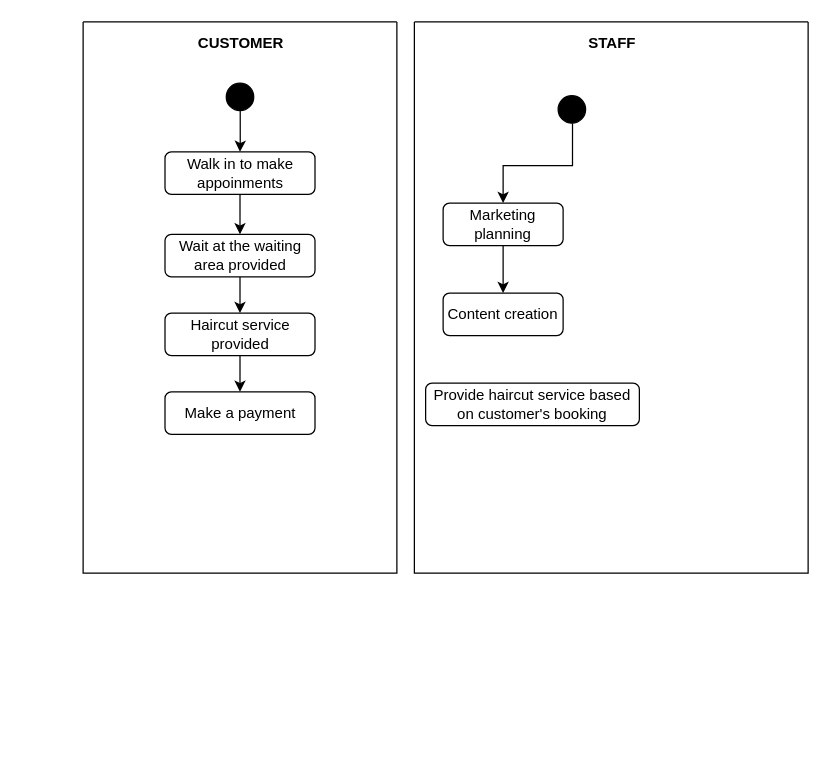
This is Activity Diagram Current Business.drawio from AbeSoll/Draw.io, a draw.io file, before an edit. Source tidied: cells renumbered, new cells numbered last; positions are measured from the earlier drawing's top-left corner, leaving out a move shared by most shapes. Both pictures are drawn from the tidied source at 125%, with x=0, y=0 at pixel (82, 21).
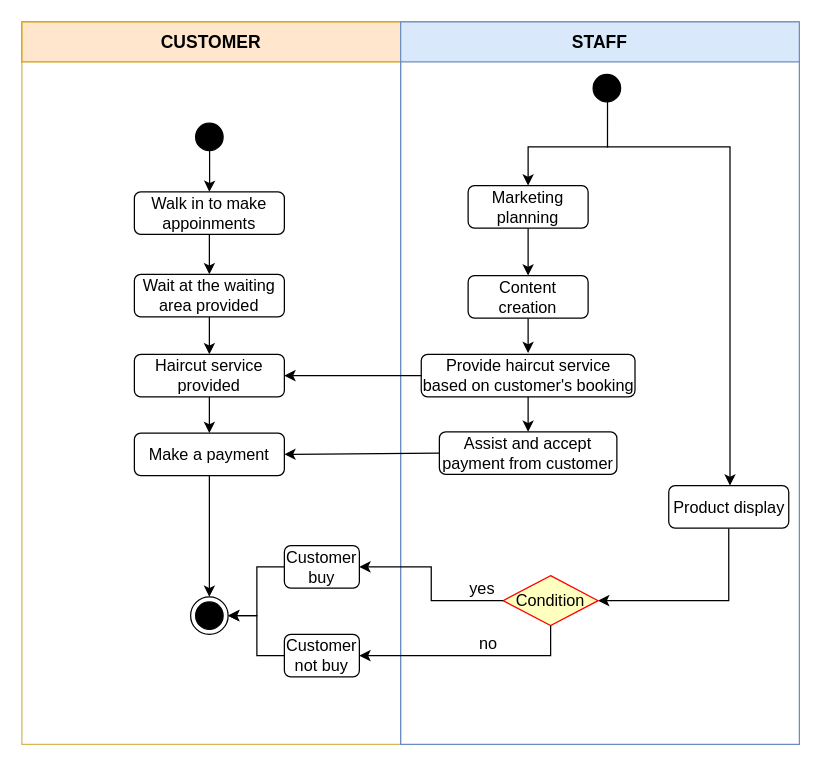
The same page after the edit.

Change to the diagram source:
```diff
@@
-    <mxCell id="2" style="swimlane;startSize=0;" parent="1" vertex="1">
-      <mxGeometry width="251" height="441" as="geometry" />
+    <mxCell id="2" style="swimlane;startSize=0;fillColor=#fff2cc;strokeColor=#d6b656;" parent="1" vertex="1">
+      <mxGeometry x="-49" width="303" height="578" as="geometry" />
     </mxCell>
-    <mxCell id="3" value="CUSTOMER" style="text;html=1;align=center;verticalAlign=middle;strokeColor=none;fillColor=none;fontStyle=1;" parent="2" vertex="1">
-      <mxGeometry x="82.5" y="4" width="86" height="26" as="geometry" />
-    </mxCell>
-    <mxCell id="4" style="edgeStyle=orthogonalEdgeStyle;rounded=0;jettySize=auto;html=1;exitX=0.5;exitY=1;exitDx=0;exitDy=0;entryX=0.5;entryY=0;entryDx=0;entryDy=0;" parent="2" edge="1" source="5" target="7">
+    <mxCell id="4" style="edgeStyle=orthogonalEdgeStyle;rounded=0;jettySize=auto;html=1;exitX=0.5;exitY=1;exitDx=0;exitDy=0;entryX=0.5;entryY=0;entryDx=0;entryDy=0;fontSize=13;" parent="2" edge="1" source="5" target="7">
       <mxGeometry relative="1" as="geometry" />
     </mxCell>
-    <mxCell id="5" value="Walk in to make appoinments" style="rounded=1;whiteSpace=wrap;html=1;" parent="2" vertex="1">
-      <mxGeometry x="65.5" y="104" width="120" height="34" as="geometry" />
+    <mxCell id="5" value="Walk in to make appoinments" style="rounded=1;whiteSpace=wrap;html=1;fontSize=13;" parent="2" vertex="1">
+      <mxGeometry x="90" y="136" width="120" height="34" as="geometry" />
     </mxCell>
-    <mxCell id="6" style="edgeStyle=orthogonalEdgeStyle;rounded=0;jettySize=auto;html=1;exitX=0.5;exitY=1;exitDx=0;exitDy=0;entryX=0.5;entryY=0;entryDx=0;entryDy=0;" parent="2" edge="1" source="7" target="9">
+    <mxCell id="6" style="edgeStyle=orthogonalEdgeStyle;rounded=0;jettySize=auto;html=1;exitX=0.5;exitY=1;exitDx=0;exitDy=0;entryX=0.5;entryY=0;entryDx=0;entryDy=0;fontSize=13;" parent="2" edge="1" source="7" target="9">
       <mxGeometry relative="1" as="geometry" />
     </mxCell>
-    <mxCell id="7" value="Wait at the waiting area provided" style="rounded=1;whiteSpace=wrap;html=1;" parent="2" vertex="1">
-      <mxGeometry x="65.5" y="170" width="120" height="34" as="geometry" />
+    <mxCell id="7" value="Wait at the waiting area provided" style="rounded=1;whiteSpace=wrap;html=1;fontSize=13;" parent="2" vertex="1">
+      <mxGeometry x="90" y="202" width="120" height="34" as="geometry" />
     </mxCell>
-    <mxCell id="8" style="edgeStyle=orthogonalEdgeStyle;rounded=0;jettySize=auto;html=1;exitX=0.5;exitY=1;exitDx=0;exitDy=0;entryX=0.5;entryY=0;entryDx=0;entryDy=0;" parent="2" edge="1" source="9" target="10">
+    <mxCell id="8" style="edgeStyle=orthogonalEdgeStyle;rounded=0;jettySize=auto;html=1;exitX=0.5;exitY=1;exitDx=0;exitDy=0;entryX=0.5;entryY=0;entryDx=0;entryDy=0;fontSize=13;" parent="2" edge="1" source="9" target="10">
       <mxGeometry relative="1" as="geometry" />
     </mxCell>
-    <mxCell id="9" value="Haircut service provided" style="rounded=1;whiteSpace=wrap;html=1;" parent="2" vertex="1">
-      <mxGeometry x="65.5" y="233" width="120" height="34" as="geometry" />
+    <mxCell id="9" value="Haircut service provided" style="rounded=1;whiteSpace=wrap;html=1;fontSize=13;" parent="2" vertex="1">
+      <mxGeometry x="90" y="266" width="120" height="34" as="geometry" />
     </mxCell>
+    <mxCell id="21" style="edgeStyle=orthogonalEdgeStyle;rounded=0;jettySize=auto;html=1;exitX=0.5;exitY=1;exitDx=0;exitDy=0;entryX=0.5;entryY=0;entryDx=0;entryDy=0;fontSize=13;" parent="2" edge="1" source="10" target="26">
+      <mxGeometry relative="1" as="geometry" />
+    </mxCell>
-    <mxCell id="10" value="Make a payment" style="rounded=1;whiteSpace=wrap;html=1;" parent="2" vertex="1">
-      <mxGeometry x="65.5" y="296" width="120" height="34" as="geometry" />
+    <mxCell id="10" value="Make a payment" style="rounded=1;whiteSpace=wrap;html=1;fontSize=13;" parent="2" vertex="1">
+      <mxGeometry x="90" y="329" width="120" height="34" as="geometry" />
     </mxCell>
-    <mxCell id="11" style="edgeStyle=orthogonalEdgeStyle;rounded=0;jettySize=auto;html=1;exitX=0.506;exitY=0.877;exitDx=0;exitDy=0;exitPerimeter=0;" parent="2" edge="1" source="12" target="5">
+    <mxCell id="11" style="edgeStyle=orthogonalEdgeStyle;rounded=0;jettySize=auto;html=1;exitX=0.506;exitY=0.877;exitDx=0;exitDy=0;exitPerimeter=0;fontSize=13;" parent="2" edge="1" source="12" target="5">
       <mxGeometry relative="1" as="geometry" />
     </mxCell>
-    <mxCell id="12" style="ellipse;html=1;shape=startState;fillColor=#000000;strokeColor=#000000;" parent="2" vertex="1">
-      <mxGeometry x="110.5" y="45" width="30" height="30" as="geometry" />
+    <mxCell id="12" style="ellipse;html=1;shape=startState;fillColor=#000000;strokeColor=#000000;fontSize=13;" parent="2" vertex="1">
+      <mxGeometry x="135" y="77" width="30" height="30" as="geometry" />
     </mxCell>
+    <mxCell id="22" style="edgeStyle=elbowEdgeStyle;rounded=0;jettySize=auto;html=1;exitX=0;exitY=0.5;exitDx=0;exitDy=0;entryX=1;entryY=0.5;entryDx=0;entryDy=0;fontSize=13;" parent="2" edge="1" source="23" target="26">
+      <mxGeometry relative="1" as="geometry">
+        <Array as="points">
+          <mxPoint x="188" y="456" />
+        </Array>
+      </mxGeometry>
+    </mxCell>
+    <mxCell id="23" value="Customer buy" style="rounded=1;whiteSpace=wrap;html=1;fontSize=13;" parent="2" vertex="1">
+      <mxGeometry x="210" y="419" width="60" height="34" as="geometry" />
+    </mxCell>
+    <mxCell id="24" style="edgeStyle=orthogonalEdgeStyle;rounded=0;jettySize=auto;html=1;exitX=0;exitY=0.5;exitDx=0;exitDy=0;entryX=1;entryY=0.5;entryDx=0;entryDy=0;fontSize=13;" parent="2" edge="1" source="25" target="26">
+      <mxGeometry relative="1" as="geometry">
+        <Array as="points">
+          <mxPoint x="188" y="507" />
+          <mxPoint x="188" y="475" />
+        </Array>
+      </mxGeometry>
+    </mxCell>
+    <mxCell id="25" value="Customer not buy" style="rounded=1;whiteSpace=wrap;html=1;fontSize=13;" parent="2" vertex="1">
+      <mxGeometry x="210" y="490" width="60" height="34" as="geometry" />
+    </mxCell>
+    <mxCell id="3" value="CUSTOMER" style="html=1;whiteSpace=wrap;fillColor=#ffe6cc;strokeColor=#d79b00;fontStyle=1;fontSize=14;" parent="2" vertex="1">
+      <mxGeometry width="303" height="32" as="geometry" />
+    </mxCell>
+    <mxCell id="26" style="ellipse;html=1;shape=endState;fillColor=#000000;strokeColor=#000000;fontSize=13;" parent="2" vertex="1">
+      <mxGeometry x="135" y="460" width="30" height="30" as="geometry" />
+    </mxCell>
-    <mxCell id="13" style="swimlane;startSize=0;" parent="1" vertex="1">
-      <mxGeometry x="265" width="315" height="441" as="geometry" />
+    <mxCell id="13" style="swimlane;startSize=0;fillColor=#dae8fc;strokeColor=#6c8ebf;" parent="1" vertex="1">
+      <mxGeometry x="254" width="319" height="578" as="geometry" />
     </mxCell>
-    <mxCell id="14" value="STAFF" style="text;html=1;align=center;verticalAlign=middle;strokeColor=none;fillColor=none;fontStyle=1;" parent="13" vertex="1">
-      <mxGeometry x="130" y="4" width="55" height="26" as="geometry" />
-    </mxCell>
-    <mxCell id="15" style="edgeStyle=orthogonalEdgeStyle;rounded=0;jettySize=auto;html=1;exitX=0.517;exitY=0.867;exitDx=0;exitDy=0;entryX=0.5;entryY=0;entryDx=0;entryDy=0;exitPerimeter=0;" parent="13" edge="1" source="16" target="18">
-      <mxGeometry relative="1" as="geometry" />
+    <mxCell id="15" style="edgeStyle=orthogonalEdgeStyle;rounded=0;jettySize=auto;html=1;exitX=0.517;exitY=0.867;exitDx=0;exitDy=0;entryX=0.5;entryY=0;entryDx=0;entryDy=0;exitPerimeter=0;fontSize=13;" parent="13" edge="1" source="16" target="18">
+      <mxGeometry relative="1" as="geometry">
+        <Array as="points">
+          <mxPoint x="165" y="100" />
+          <mxPoint x="102" y="100" />
+        </Array>
+      </mxGeometry>
     </mxCell>
     <mxCell id="16" style="ellipse;html=1;shape=startState;fillColor=#000000;strokeColor=#000000;" parent="13" vertex="1">
-      <mxGeometry x="111" y="55" width="30" height="30" as="geometry" />
+      <mxGeometry x="150" y="38" width="30" height="30" as="geometry" />
     </mxCell>
-    <mxCell id="17" style="edgeStyle=orthogonalEdgeStyle;rounded=0;jettySize=auto;html=1;exitX=0.5;exitY=1;exitDx=0;exitDy=0;entryX=0.5;entryY=0;entryDx=0;entryDy=0;" parent="13" edge="1" source="18" target="19">
+    <mxCell id="17" style="edgeStyle=orthogonalEdgeStyle;rounded=0;jettySize=auto;html=1;exitX=0.5;exitY=1;exitDx=0;exitDy=0;entryX=0.5;entryY=0;entryDx=0;entryDy=0;fontSize=13;" parent="13" edge="1" source="18" target="19">
       <mxGeometry relative="1" as="geometry" />
     </mxCell>
-    <mxCell id="18" value="Marketing planning" style="rounded=1;whiteSpace=wrap;html=1;" parent="13" vertex="1">
-      <mxGeometry x="23" y="145" width="96" height="34" as="geometry" />
+    <mxCell id="18" value="Marketing planning" style="rounded=1;whiteSpace=wrap;html=1;fontSize=13;" parent="13" vertex="1">
+      <mxGeometry x="54" y="131" width="96" height="34" as="geometry" />
     </mxCell>
+    <mxCell id="27" style="edgeStyle=orthogonalEdgeStyle;rounded=0;jettySize=auto;html=1;exitX=0.5;exitY=1;exitDx=0;exitDy=0;entryX=0.5;entryY=0;entryDx=0;entryDy=0;fontSize=13;" parent="13" edge="1" source="19">
+      <mxGeometry relative="1" as="geometry">
+        <mxPoint x="102" y="265" as="targetPoint" />
+      </mxGeometry>
+    </mxCell>
-    <mxCell id="19" value="Content creation" style="rounded=1;whiteSpace=wrap;html=1;" parent="13" vertex="1">
-      <mxGeometry x="23" y="217" width="96" height="34" as="geometry" />
+    <mxCell id="19" value="Content creation" style="rounded=1;whiteSpace=wrap;html=1;fontSize=13;" parent="13" vertex="1">
+      <mxGeometry x="54" y="203" width="96" height="34" as="geometry" />
     </mxCell>
+    <mxCell id="28" style="edgeStyle=orthogonalEdgeStyle;rounded=0;jettySize=auto;html=1;exitX=0.5;exitY=1;exitDx=0;exitDy=0;entryX=0.5;entryY=0;entryDx=0;entryDy=0;fontSize=13;" parent="13" edge="1" target="29">
+      <mxGeometry relative="1" as="geometry">
+        <mxPoint x="102" y="299" as="sourcePoint" />
+      </mxGeometry>
+    </mxCell>
-    <mxCell id="20" value="Provide haircut service based on customer's booking" style="rounded=1;whiteSpace=wrap;html=1;" parent="13" vertex="1">
-      <mxGeometry x="9" y="289" width="171" height="34" as="geometry" />
+    <mxCell id="20" value="Provide haircut service based on customer's booking" style="rounded=1;whiteSpace=wrap;html=1;fontSize=13;" parent="13" vertex="1">
+      <mxGeometry x="16.5" y="266" width="171" height="34" as="geometry" />
     </mxCell>
+    <mxCell id="29" value="Assist and accept payment from customer" style="rounded=1;whiteSpace=wrap;html=1;fontSize=13;" parent="13" vertex="1">
+      <mxGeometry x="31" y="328" width="142" height="34" as="geometry" />
+    </mxCell>
+    <mxCell id="30" style="edgeStyle=orthogonalEdgeStyle;rounded=0;jettySize=auto;html=1;exitX=0.5;exitY=1;exitDx=0;exitDy=0;entryX=1;entryY=0.5;entryDx=0;entryDy=0;fontSize=13;" parent="13" edge="1" source="31" target="33">
+      <mxGeometry relative="1" as="geometry" />
+    </mxCell>
+    <mxCell id="31" value="Product display" style="rounded=1;whiteSpace=wrap;html=1;fontSize=13;" parent="13" vertex="1">
+      <mxGeometry x="214.5" y="371" width="96" height="34" as="geometry" />
+    </mxCell>
+    <mxCell id="32" style="edgeStyle=orthogonalEdgeStyle;rounded=0;orthogonalLoop=1;jettySize=auto;html=1;entryX=0.5;entryY=0;entryDx=0;entryDy=0;fontSize=13;" parent="13" edge="1">
+      <mxGeometry relative="1" as="geometry">
+        <mxPoint x="165.5" y="99" as="sourcePoint" />
+        <mxPoint x="263.5" y="371" as="targetPoint" />
+        <Array as="points">
+          <mxPoint x="165" y="100" />
+          <mxPoint x="264" y="100" />
+        </Array>
+      </mxGeometry>
+    </mxCell>
+    <mxCell id="33" value="Condition" style="rhombus;whiteSpace=wrap;html=1;fontColor=#000000;fillColor=#ffffc0;strokeColor=#ff0000;fontSize=13;" parent="13" vertex="1">
+      <mxGeometry x="82" y="443" width="76" height="40" as="geometry" />
+    </mxCell>
+    <mxCell id="14" value="STAFF" style="html=1;whiteSpace=wrap;fillColor=#dae8fc;strokeColor=#6c8ebf;fontStyle=1;fontSize=14;" parent="13" vertex="1">
+      <mxGeometry width="319" height="32" as="geometry" />
+    </mxCell>
+    <mxCell id="34" style="rounded=0;jettySize=auto;html=1;exitX=0;exitY=0.5;exitDx=0;exitDy=0;entryX=1;entryY=0.5;entryDx=0;entryDy=0;fontSize=13;" parent="1" edge="1" source="20" target="9">
+      <mxGeometry relative="1" as="geometry" />
+    </mxCell>
+    <mxCell id="35" style="rounded=0;jettySize=auto;html=1;exitX=0;exitY=0.5;exitDx=0;exitDy=0;entryX=1;entryY=0.5;entryDx=0;entryDy=0;fontSize=13;" parent="1" edge="1" source="29" target="10">
+      <mxGeometry relative="1" as="geometry" />
+    </mxCell>
+    <mxCell id="36" style="edgeStyle=orthogonalEdgeStyle;rounded=0;jettySize=auto;html=1;exitX=0;exitY=0.5;exitDx=0;exitDy=0;entryX=1;entryY=0.5;entryDx=0;entryDy=0;fontSize=13;" parent="1" edge="1" source="33" target="23">
+      <mxGeometry relative="1" as="geometry" />
+    </mxCell>
+    <mxCell id="37" value="yes" style="edgeLabel;html=1;align=center;verticalAlign=middle;fontSize=13;" parent="36" vertex="1">
+      <mxGeometry x="-0.54" relative="1" as="geometry">
+        <mxPoint x="15" y="-11" as="offset" />
+      </mxGeometry>
+    </mxCell>
+    <mxCell id="38" style="edgeStyle=orthogonalEdgeStyle;rounded=0;jettySize=auto;html=1;exitX=0.5;exitY=1;exitDx=0;exitDy=0;entryX=1;entryY=0.5;entryDx=0;entryDy=0;fontSize=13;" parent="1" edge="1" source="33" target="25">
+      <mxGeometry relative="1" as="geometry" />
+    </mxCell>
+    <mxCell id="39" value="no" style="edgeLabel;html=1;align=center;verticalAlign=middle;fontSize=13;" parent="38" vertex="1">
+      <mxGeometry x="-0.27" y="-1" relative="1" as="geometry">
+        <mxPoint x="-10" y="-10" as="offset" />
+      </mxGeometry>
+    </mxCell>
```
